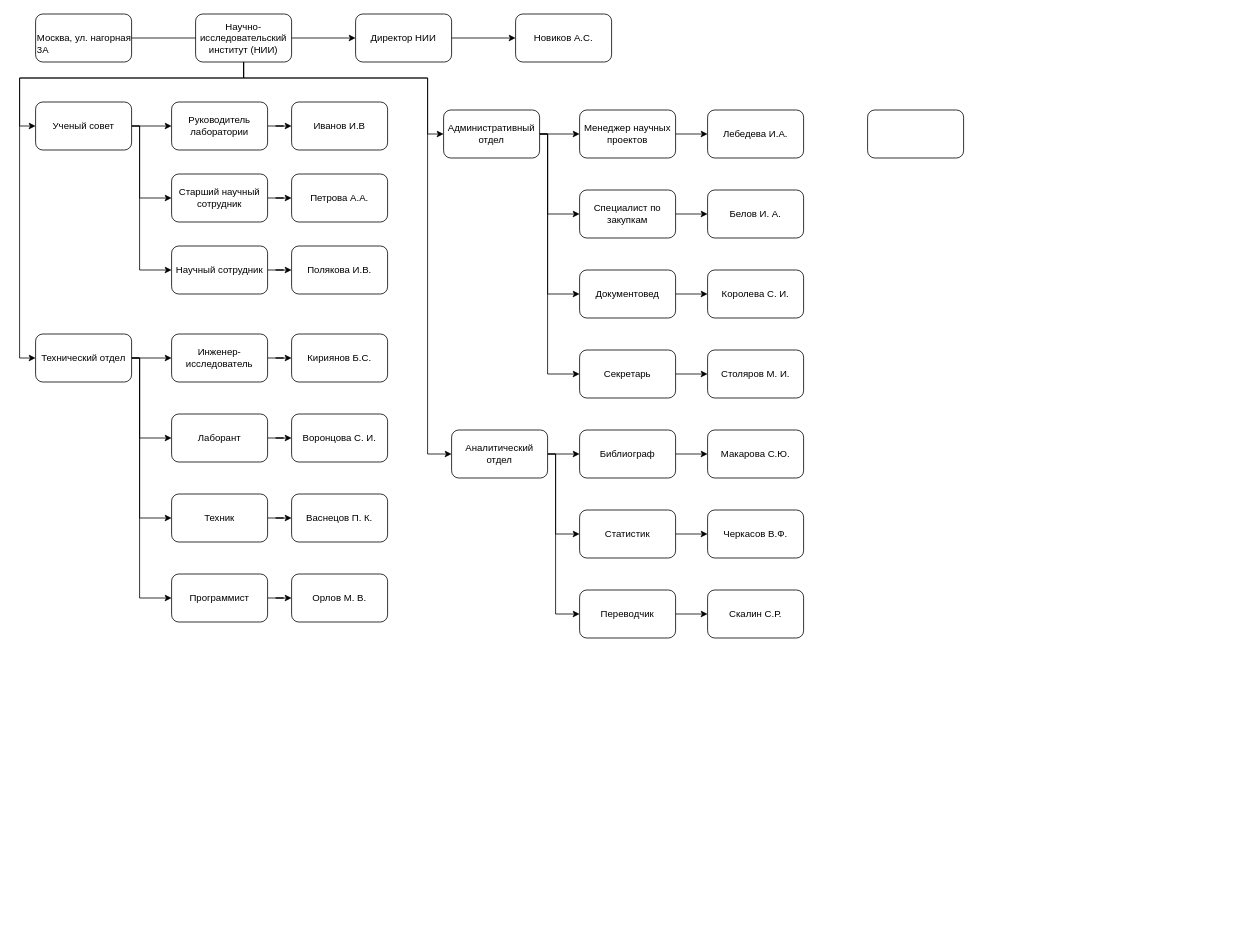
Above: МБП_17.drawio in mopsin666/AKMS (draw.io), before the change. Source tidied: cells renumbered, new cells numbered last; positions are measured from the earlier drawing's top-left corner, leaving out a move shared by most shapes. Both pictures are drawn from the tidied source at 80%, with x=0, y=0 at pixel (19, 14).
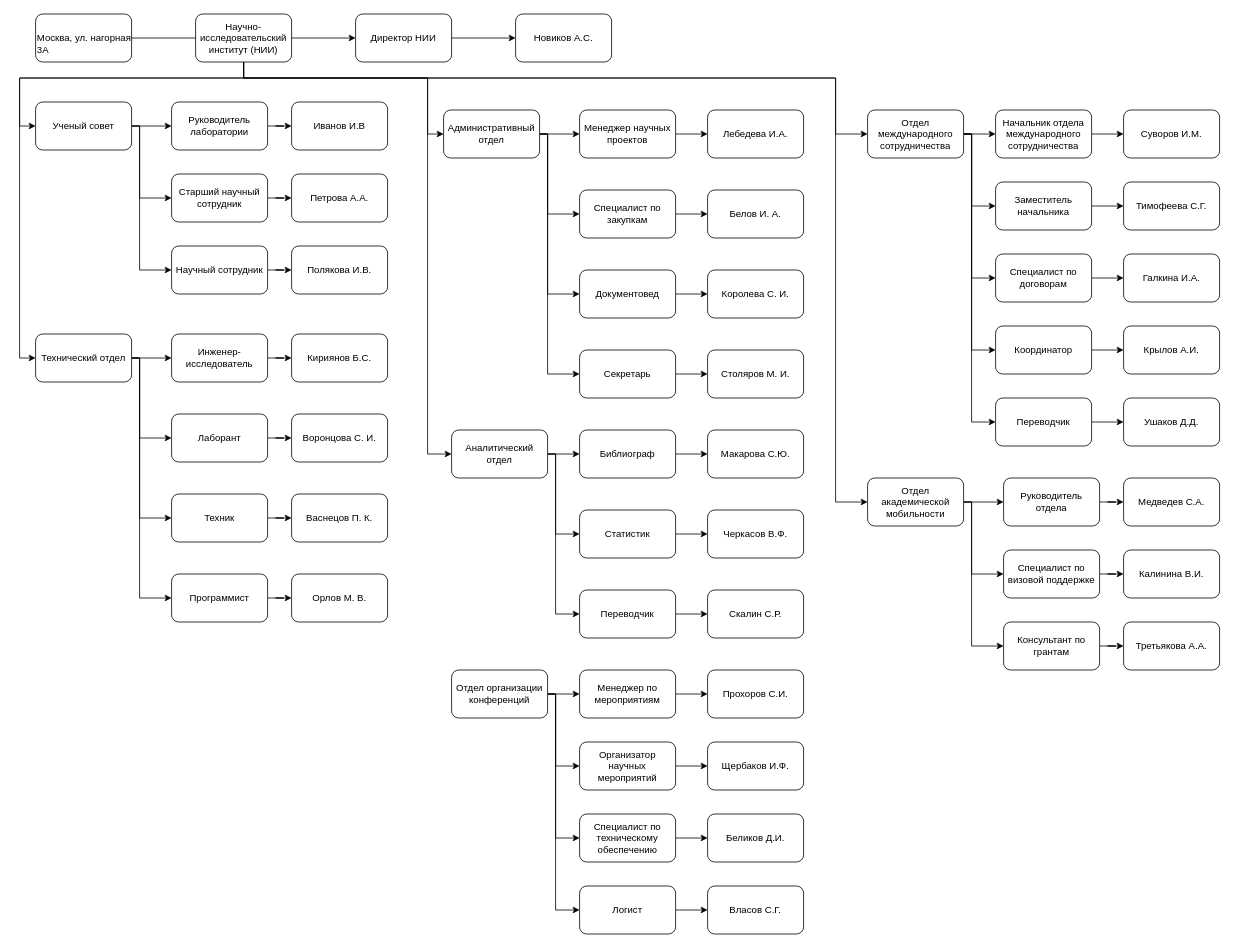
The same diagram, later.

The change refers to these unchanged cells:
```xml
<mxCell id="7" value="Научно-исследовательский институт (НИИ)" style="rounded=1;whiteSpace=wrap;html=1;" parent="1" vertex="1">
  <mxGeometry x="220" width="120" height="60" as="geometry" />
</mxCell>
```

The edit, as a diff of the source:
```diff
@@
+    <mxCell id="74" style="edgeStyle=orthogonalEdgeStyle;rounded=0;jettySize=auto;html=1;entryX=0;entryY=0.5;entryDx=0;entryDy=0;" parent="1" edge="1" source="7" target="73">
+      <mxGeometry relative="1" as="geometry">
+        <Array as="points">
+          <mxPoint x="280" y="80" />
+          <mxPoint x="1020" y="80" />
+          <mxPoint x="1020" y="150" />
+        </Array>
+      </mxGeometry>
+    </mxCell>
+    <mxCell id="75" style="edgeStyle=orthogonalEdgeStyle;rounded=0;jettySize=auto;html=1;entryX=0;entryY=0.5;entryDx=0;entryDy=0;" parent="1" edge="1" source="7" target="99">
+      <mxGeometry relative="1" as="geometry">
+        <Array as="points">
+          <mxPoint x="280" y="80" />
+          <mxPoint x="1020" y="80" />
+          <mxPoint x="1020" y="610" />
+        </Array>
+      </mxGeometry>
+    </mxCell>
@@
+    <mxCell id="76" style="edgeStyle=orthogonalEdgeStyle;rounded=0;jettySize=auto;html=1;" parent="1" edge="1" source="73" target="82">
+      <mxGeometry relative="1" as="geometry" />
+    </mxCell>
+    <mxCell id="77" style="edgeStyle=orthogonalEdgeStyle;rounded=0;jettySize=auto;html=1;entryX=0;entryY=0.5;entryDx=0;entryDy=0;" parent="1" edge="1" source="73" target="86">
+      <mxGeometry relative="1" as="geometry">
+        <Array as="points">
+          <mxPoint x="1190" y="150" />
+          <mxPoint x="1190" y="240" />
+        </Array>
+      </mxGeometry>
+    </mxCell>
+    <mxCell id="78" style="edgeStyle=orthogonalEdgeStyle;rounded=0;jettySize=auto;html=1;entryX=0;entryY=0.5;entryDx=0;entryDy=0;" parent="1" edge="1" source="73" target="84">
+      <mxGeometry relative="1" as="geometry">
+        <Array as="points">
+          <mxPoint x="1190" y="150" />
+          <mxPoint x="1190" y="330" />
+        </Array>
+      </mxGeometry>
+    </mxCell>
+    <mxCell id="79" style="edgeStyle=orthogonalEdgeStyle;rounded=0;jettySize=auto;html=1;entryX=0;entryY=0.5;entryDx=0;entryDy=0;" parent="1" edge="1" source="73" target="88">
+      <mxGeometry relative="1" as="geometry">
+        <Array as="points">
+          <mxPoint x="1190" y="150" />
+          <mxPoint x="1190" y="420" />
+        </Array>
+      </mxGeometry>
+    </mxCell>
+    <mxCell id="80" style="edgeStyle=orthogonalEdgeStyle;rounded=0;jettySize=auto;html=1;entryX=0;entryY=0.5;entryDx=0;entryDy=0;" parent="1" edge="1" source="73" target="90">
+      <mxGeometry relative="1" as="geometry">
+        <Array as="points">
+          <mxPoint x="1190" y="150" />
+          <mxPoint x="1190" y="510" />
+        </Array>
+      </mxGeometry>
+    </mxCell>
-    <mxCell id="73" style="rounded=1;whiteSpace=wrap;html=1;" parent="1" vertex="1">
+    <mxCell id="73" value="Отдел международного сотрудничества" style="rounded=1;whiteSpace=wrap;html=1;" parent="1" vertex="1">
       <mxGeometry x="1060" y="120" width="120" height="60" as="geometry" />
     </mxCell>
+    <mxCell id="81" style="edgeStyle=orthogonalEdgeStyle;rounded=0;jettySize=auto;html=1;" parent="1" edge="1" source="82" target="91">
+      <mxGeometry relative="1" as="geometry" />
+    </mxCell>
+    <mxCell id="82" value="Начальник отдела международного сотрудничества" style="rounded=1;whiteSpace=wrap;html=1;" parent="1" vertex="1">
+      <mxGeometry x="1220" y="120" width="120" height="60" as="geometry" />
+    </mxCell>
+    <mxCell id="83" style="edgeStyle=orthogonalEdgeStyle;rounded=0;jettySize=auto;html=1;" parent="1" edge="1" source="84" target="93">
+      <mxGeometry relative="1" as="geometry" />
+    </mxCell>
+    <mxCell id="84" value="Специалист по договорам" style="rounded=1;whiteSpace=wrap;html=1;" parent="1" vertex="1">
+      <mxGeometry x="1220" y="300" width="120" height="60" as="geometry" />
+    </mxCell>
+    <mxCell id="85" style="edgeStyle=orthogonalEdgeStyle;rounded=0;jettySize=auto;html=1;" parent="1" edge="1" source="86" target="92">
+      <mxGeometry relative="1" as="geometry" />
+    </mxCell>
+    <mxCell id="86" value="Заместитель начальника" style="rounded=1;whiteSpace=wrap;html=1;" parent="1" vertex="1">
+      <mxGeometry x="1220" y="210" width="120" height="60" as="geometry" />
+    </mxCell>
+    <mxCell id="87" style="edgeStyle=orthogonalEdgeStyle;rounded=0;jettySize=auto;html=1;" parent="1" edge="1" source="88" target="94">
+      <mxGeometry relative="1" as="geometry" />
+    </mxCell>
+    <mxCell id="88" value="Координатор" style="rounded=1;whiteSpace=wrap;html=1;" parent="1" vertex="1">
+      <mxGeometry x="1220" y="390" width="120" height="60" as="geometry" />
+    </mxCell>
+    <mxCell id="89" style="edgeStyle=orthogonalEdgeStyle;rounded=0;jettySize=auto;html=1;" parent="1" edge="1" source="90" target="95">
+      <mxGeometry relative="1" as="geometry" />
+    </mxCell>
+    <mxCell id="90" value="Переводчик" style="rounded=1;whiteSpace=wrap;html=1;" parent="1" vertex="1">
+      <mxGeometry x="1220" y="480" width="120" height="60" as="geometry" />
+    </mxCell>
+    <mxCell id="91" value="Суворов И.М." style="rounded=1;whiteSpace=wrap;html=1;" parent="1" vertex="1">
+      <mxGeometry x="1380" y="120" width="120" height="60" as="geometry" />
+    </mxCell>
+    <mxCell id="92" value="Тимофеева С.Г." style="rounded=1;whiteSpace=wrap;html=1;" parent="1" vertex="1">
+      <mxGeometry x="1380" y="210" width="120" height="60" as="geometry" />
+    </mxCell>
+    <mxCell id="93" value="Галкина И.А." style="rounded=1;whiteSpace=wrap;html=1;" parent="1" vertex="1">
+      <mxGeometry x="1380" y="300" width="120" height="60" as="geometry" />
+    </mxCell>
+    <mxCell id="94" value="Крылов А.И." style="rounded=1;whiteSpace=wrap;html=1;" parent="1" vertex="1">
+      <mxGeometry x="1380" y="390" width="120" height="60" as="geometry" />
+    </mxCell>
+    <mxCell id="95" value="Ушаков Д.Д." style="rounded=1;whiteSpace=wrap;html=1;" parent="1" vertex="1">
+      <mxGeometry x="1380" y="480" width="120" height="60" as="geometry" />
+    </mxCell>
+    <mxCell id="96" style="edgeStyle=orthogonalEdgeStyle;rounded=0;jettySize=auto;html=1;" parent="1" edge="1" source="99" target="101">
+      <mxGeometry relative="1" as="geometry" />
+    </mxCell>
+    <mxCell id="97" style="edgeStyle=orthogonalEdgeStyle;rounded=0;jettySize=auto;html=1;entryX=0;entryY=0.5;entryDx=0;entryDy=0;" parent="1" edge="1" source="99" target="103">
+      <mxGeometry relative="1" as="geometry">
+        <Array as="points">
+          <mxPoint x="1190" y="610" />
+          <mxPoint x="1190" y="700" />
+        </Array>
+      </mxGeometry>
+    </mxCell>
+    <mxCell id="98" style="edgeStyle=orthogonalEdgeStyle;rounded=0;jettySize=auto;html=1;entryX=0;entryY=0.5;entryDx=0;entryDy=0;" parent="1" edge="1" source="99" target="105">
+      <mxGeometry relative="1" as="geometry">
+        <Array as="points">
+          <mxPoint x="1190" y="610" />
+          <mxPoint x="1190" y="790" />
+        </Array>
+      </mxGeometry>
+    </mxCell>
+    <mxCell id="99" value="Отдел академической мобильности" style="rounded=1;whiteSpace=wrap;html=1;" parent="1" vertex="1">
+      <mxGeometry x="1060" y="580" width="120" height="60" as="geometry" />
+    </mxCell>
+    <mxCell id="100" style="edgeStyle=orthogonalEdgeStyle;rounded=0;jettySize=auto;html=1;" parent="1" edge="1" source="101" target="119">
+      <mxGeometry relative="1" as="geometry" />
+    </mxCell>
+    <mxCell id="101" value="Руководитель отдела" style="rounded=1;whiteSpace=wrap;html=1;" parent="1" vertex="1">
+      <mxGeometry x="1230" y="580" width="120" height="60" as="geometry" />
+    </mxCell>
+    <mxCell id="102" style="edgeStyle=orthogonalEdgeStyle;rounded=0;jettySize=auto;html=1;" parent="1" edge="1" source="103" target="120">
+      <mxGeometry relative="1" as="geometry" />
+    </mxCell>
+    <mxCell id="103" value="Специалист по визовой поддержке" style="rounded=1;whiteSpace=wrap;html=1;" parent="1" vertex="1">
+      <mxGeometry x="1230" y="670" width="120" height="60" as="geometry" />
+    </mxCell>
+    <mxCell id="104" style="edgeStyle=orthogonalEdgeStyle;rounded=0;jettySize=auto;html=1;" parent="1" edge="1" source="105" target="121">
+      <mxGeometry relative="1" as="geometry" />
+    </mxCell>
+    <mxCell id="105" value="Консультант по грантам" style="rounded=1;whiteSpace=wrap;html=1;" parent="1" vertex="1">
+      <mxGeometry x="1230" y="760" width="120" height="60" as="geometry" />
+    </mxCell>
+    <mxCell id="106" style="edgeStyle=orthogonalEdgeStyle;rounded=0;jettySize=auto;html=1;" parent="1" edge="1" source="110" target="112">
+      <mxGeometry relative="1" as="geometry" />
+    </mxCell>
+    <mxCell id="107" style="edgeStyle=orthogonalEdgeStyle;rounded=0;jettySize=auto;html=1;entryX=0;entryY=0.5;entryDx=0;entryDy=0;" parent="1" edge="1" source="110" target="114">
+      <mxGeometry relative="1" as="geometry">
+        <Array as="points">
+          <mxPoint x="670" y="850" />
+          <mxPoint x="670" y="940" />
+        </Array>
+      </mxGeometry>
+    </mxCell>
+    <mxCell id="108" style="edgeStyle=orthogonalEdgeStyle;rounded=0;jettySize=auto;html=1;entryX=0;entryY=0.5;entryDx=0;entryDy=0;" parent="1" edge="1" source="110" target="116">
+      <mxGeometry relative="1" as="geometry">
+        <Array as="points">
+          <mxPoint x="670" y="850" />
+          <mxPoint x="670" y="1030" />
+        </Array>
+      </mxGeometry>
+    </mxCell>
+    <mxCell id="109" style="edgeStyle=orthogonalEdgeStyle;rounded=0;jettySize=auto;html=1;entryX=0;entryY=0.5;entryDx=0;entryDy=0;" parent="1" edge="1" source="110" target="118">
+      <mxGeometry relative="1" as="geometry">
+        <Array as="points">
+          <mxPoint x="670" y="850" />
+          <mxPoint x="670" y="1120" />
+        </Array>
+      </mxGeometry>
+    </mxCell>
+    <mxCell id="110" value="Отдел организации конференций" style="rounded=1;whiteSpace=wrap;html=1;" parent="1" vertex="1">
+      <mxGeometry x="540" y="820" width="120" height="60" as="geometry" />
+    </mxCell>
+    <mxCell id="111" style="edgeStyle=orthogonalEdgeStyle;rounded=0;jettySize=auto;html=1;" parent="1" edge="1" source="112" target="122">
+      <mxGeometry relative="1" as="geometry" />
+    </mxCell>
+    <mxCell id="112" value="Менеджер по мероприятиям" style="rounded=1;whiteSpace=wrap;html=1;" parent="1" vertex="1">
+      <mxGeometry x="700" y="820" width="120" height="60" as="geometry" />
+    </mxCell>
+    <mxCell id="113" style="edgeStyle=orthogonalEdgeStyle;rounded=0;jettySize=auto;html=1;" parent="1" edge="1" source="114" target="123">
+      <mxGeometry relative="1" as="geometry" />
+    </mxCell>
+    <mxCell id="114" value="Организатор научных мероприятий" style="rounded=1;whiteSpace=wrap;html=1;" parent="1" vertex="1">
+      <mxGeometry x="700" y="910" width="120" height="60" as="geometry" />
+    </mxCell>
+    <mxCell id="115" style="edgeStyle=orthogonalEdgeStyle;rounded=0;jettySize=auto;html=1;" parent="1" edge="1" source="116" target="124">
+      <mxGeometry relative="1" as="geometry" />
+    </mxCell>
+    <mxCell id="116" value="Специалист по техническому обеспечению" style="rounded=1;whiteSpace=wrap;html=1;" parent="1" vertex="1">
+      <mxGeometry x="700" y="1000" width="120" height="60" as="geometry" />
+    </mxCell>
+    <mxCell id="117" style="edgeStyle=orthogonalEdgeStyle;rounded=0;jettySize=auto;html=1;" parent="1" edge="1" source="118" target="125">
+      <mxGeometry relative="1" as="geometry" />
+    </mxCell>
+    <mxCell id="118" value="Логист" style="rounded=1;whiteSpace=wrap;html=1;" parent="1" vertex="1">
+      <mxGeometry x="700" y="1090" width="120" height="60" as="geometry" />
+    </mxCell>
+    <mxCell id="119" value="Медведев С.А." style="rounded=1;whiteSpace=wrap;html=1;" parent="1" vertex="1">
+      <mxGeometry x="1380" y="580" width="120" height="60" as="geometry" />
+    </mxCell>
+    <mxCell id="120" value="Калинина В.И." style="rounded=1;whiteSpace=wrap;html=1;" parent="1" vertex="1">
+      <mxGeometry x="1380" y="670" width="120" height="60" as="geometry" />
+    </mxCell>
+    <mxCell id="121" value="Третьякова А.А." style="rounded=1;whiteSpace=wrap;html=1;" parent="1" vertex="1">
+      <mxGeometry x="1380" y="760" width="120" height="60" as="geometry" />
+    </mxCell>
+    <mxCell id="122" value="Прохоров С.И." style="rounded=1;whiteSpace=wrap;html=1;" parent="1" vertex="1">
+      <mxGeometry x="860" y="820" width="120" height="60" as="geometry" />
+    </mxCell>
+    <mxCell id="123" value="Щербаков И.Ф." style="rounded=1;whiteSpace=wrap;html=1;" parent="1" vertex="1">
+      <mxGeometry x="860" y="910" width="120" height="60" as="geometry" />
+    </mxCell>
+    <mxCell id="124" value="Беликов Д.И." style="rounded=1;whiteSpace=wrap;html=1;" parent="1" vertex="1">
+      <mxGeometry x="860" y="1000" width="120" height="60" as="geometry" />
+    </mxCell>
+    <mxCell id="125" value="Власов С.Г." style="rounded=1;whiteSpace=wrap;html=1;" parent="1" vertex="1">
+      <mxGeometry x="860" y="1090" width="120" height="60" as="geometry" />
+    </mxCell>
```
